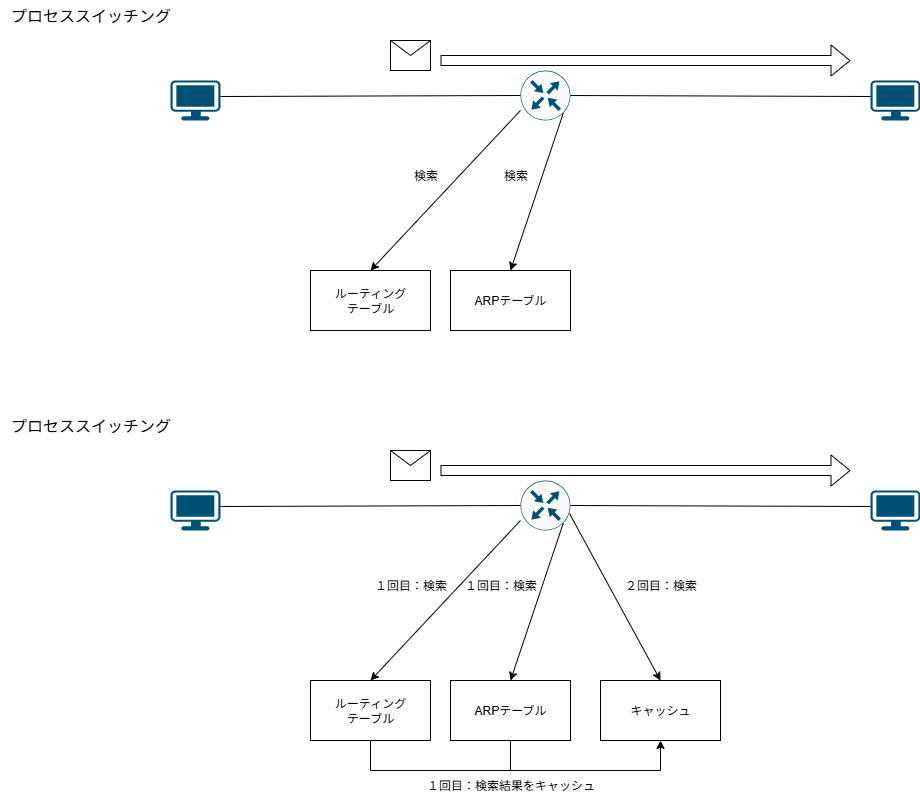
Above: static/img/cisco_switching_path/process_switching_and_fast_switching.png in masaru-study/verify-note (draw.io), before the change. Source tidied: cells renumbered, new cells last; positions are measured from the earlier drawing's top-left corner, leaving out a move shared by most shapes. The source it was exported from:
```xml
<mxGraphModel>
  <root>
    <mxCell id="0" />
    <mxCell id="1" parent="0" />
    <mxCell id="2" style="sketch=0;points=[[0.5,0,0],[1,0.5,0],[0.5,1,0],[0,0.5,0],[0.145,0.145,0],[0.8555,0.145,0],[0.855,0.8555,0],[0.145,0.855,0]];verticalLabelPosition=bottom;html=1;verticalAlign=top;align=center;shape=mxgraph.cisco19.rect;prIcon=router;fillColor=#FAFAFA;strokeColor=#005073;" parent="1" vertex="1">
      <mxGeometry x="520" y="70" width="50" height="50" as="geometry" />
    </mxCell>
    <mxCell id="3" style="points=[[0.03,0.03,0],[0.5,0,0],[0.97,0.03,0],[1,0.4,0],[0.97,0.745,0],[0.5,1,0],[0.03,0.745,0],[0,0.4,0]];verticalLabelPosition=bottom;sketch=0;html=1;verticalAlign=top;align=center;shape=mxgraph.cisco19.workstation;fillColor=#005073;strokeColor=none;" parent="1" vertex="1">
      <mxGeometry x="170" y="80" width="50" height="40" as="geometry" />
    </mxCell>
    <mxCell id="4" style="points=[[0.03,0.03,0],[0.5,0,0],[0.97,0.03,0],[1,0.4,0],[0.97,0.745,0],[0.5,1,0],[0.03,0.745,0],[0,0.4,0]];verticalLabelPosition=bottom;sketch=0;html=1;verticalAlign=top;align=center;shape=mxgraph.cisco19.workstation;fillColor=#005073;strokeColor=none;" parent="1" vertex="1">
      <mxGeometry x="870" y="80" width="50" height="40" as="geometry" />
    </mxCell>
    <mxCell id="5" style="endArrow=none;html=1;rounded=0;exitX=1;exitY=0.4;exitDx=0;exitDy=0;exitPerimeter=0;entryX=0;entryY=0.5;entryDx=0;entryDy=0;entryPerimeter=0;" parent="1" edge="1" source="3" target="2">
      <mxGeometry relative="1" as="geometry" />
    </mxCell>
    <mxCell id="6" style="endArrow=none;html=1;rounded=0;exitX=1;exitY=0.5;exitDx=0;exitDy=0;exitPerimeter=0;entryX=0;entryY=0.4;entryDx=0;entryDy=0;entryPerimeter=0;" parent="1" edge="1" source="2" target="4">
      <mxGeometry relative="1" as="geometry" />
    </mxCell>
    <mxCell id="7" value="プロセススイッチング" style="text;html=1;align=center;verticalAlign=middle;strokeColor=none;fillColor=none;fontSize=16;" parent="1" vertex="1">
      <mxGeometry width="180" height="30" as="geometry" />
    </mxCell>
    <mxCell id="8" style="shape=message;html=1;html=1;labelPosition=center;verticalLabelPosition=bottom;align=center;verticalAlign=top;" parent="1" vertex="1">
      <mxGeometry x="390" y="40" width="40" height="30" as="geometry" />
    </mxCell>
    <mxCell id="9" style="shape=flexArrow;endArrow=classic;html=1;rounded=0;" parent="1" edge="1">
      <mxGeometry relative="1" as="geometry">
        <mxPoint x="440" y="60" as="sourcePoint" />
        <mxPoint x="850" y="60" as="targetPoint" />
      </mxGeometry>
    </mxCell>
    <mxCell id="10" value="ルーティング&lt;div&gt;テーブル&lt;/div&gt;" style="rounded=0;whiteSpace=wrap;html=1;" parent="1" vertex="1">
      <mxGeometry x="310" y="270" width="120" height="60" as="geometry" />
    </mxCell>
    <mxCell id="11" value="ARPテーブル" style="rounded=0;whiteSpace=wrap;html=1;" parent="1" vertex="1">
      <mxGeometry x="450" y="270" width="120" height="60" as="geometry" />
    </mxCell>
    <mxCell id="12" style="endArrow=none;html=1;rounded=0;exitX=0.5;exitY=0;exitDx=0;exitDy=0;startArrow=classic;startFill=1;" parent="1" edge="1" source="10">
      <mxGeometry relative="1" as="geometry">
        <mxPoint x="520" y="110" as="targetPoint" />
      </mxGeometry>
    </mxCell>
    <mxCell id="13" style="endArrow=none;html=1;rounded=0;entryX=0.855;entryY=0.8555;entryDx=0;entryDy=0;entryPerimeter=0;exitX=0.5;exitY=0;exitDx=0;exitDy=0;startArrow=classic;startFill=1;" parent="1" edge="1" source="11" target="2">
      <mxGeometry relative="1" as="geometry" />
    </mxCell>
    <mxCell id="14" value="検索" style="text;html=1;align=center;verticalAlign=middle;strokeColor=none;fillColor=none;" parent="1" vertex="1">
      <mxGeometry x="400" y="160" width="50" height="30" as="geometry" />
    </mxCell>
    <mxCell id="15" value="検索" style="text;html=1;align=center;verticalAlign=middle;strokeColor=none;fillColor=none;" parent="1" vertex="1">
      <mxGeometry x="490" y="160" width="50" height="30" as="geometry" />
    </mxCell>
    <mxCell id="16" style="sketch=0;points=[[0.5,0,0],[1,0.5,0],[0.5,1,0],[0,0.5,0],[0.145,0.145,0],[0.8555,0.145,0],[0.855,0.8555,0],[0.145,0.855,0]];verticalLabelPosition=bottom;html=1;verticalAlign=top;align=center;shape=mxgraph.cisco19.rect;prIcon=router;fillColor=#FAFAFA;strokeColor=#005073;" parent="1" vertex="1">
      <mxGeometry x="520" y="480" width="50" height="50" as="geometry" />
    </mxCell>
    <mxCell id="17" style="points=[[0.03,0.03,0],[0.5,0,0],[0.97,0.03,0],[1,0.4,0],[0.97,0.745,0],[0.5,1,0],[0.03,0.745,0],[0,0.4,0]];verticalLabelPosition=bottom;sketch=0;html=1;verticalAlign=top;align=center;shape=mxgraph.cisco19.workstation;fillColor=#005073;strokeColor=none;" parent="1" vertex="1">
      <mxGeometry x="170" y="490" width="50" height="40" as="geometry" />
    </mxCell>
    <mxCell id="18" style="points=[[0.03,0.03,0],[0.5,0,0],[0.97,0.03,0],[1,0.4,0],[0.97,0.745,0],[0.5,1,0],[0.03,0.745,0],[0,0.4,0]];verticalLabelPosition=bottom;sketch=0;html=1;verticalAlign=top;align=center;shape=mxgraph.cisco19.workstation;fillColor=#005073;strokeColor=none;" parent="1" vertex="1">
      <mxGeometry x="870" y="490" width="50" height="40" as="geometry" />
    </mxCell>
    <mxCell id="19" style="endArrow=none;html=1;rounded=0;exitX=1;exitY=0.4;exitDx=0;exitDy=0;exitPerimeter=0;entryX=0;entryY=0.5;entryDx=0;entryDy=0;entryPerimeter=0;" parent="1" edge="1" source="17" target="16">
      <mxGeometry relative="1" as="geometry" />
    </mxCell>
    <mxCell id="20" style="endArrow=none;html=1;rounded=0;exitX=1;exitY=0.5;exitDx=0;exitDy=0;exitPerimeter=0;entryX=0;entryY=0.4;entryDx=0;entryDy=0;entryPerimeter=0;" parent="1" edge="1" source="16" target="18">
      <mxGeometry relative="1" as="geometry" />
    </mxCell>
    <mxCell id="21" value="プロセススイッチング" style="text;html=1;align=center;verticalAlign=middle;strokeColor=none;fillColor=none;fontSize=16;" parent="1" vertex="1">
      <mxGeometry y="410" width="180" height="30" as="geometry" />
    </mxCell>
    <mxCell id="22" style="shape=message;html=1;html=1;labelPosition=center;verticalLabelPosition=bottom;align=center;verticalAlign=top;" parent="1" vertex="1">
      <mxGeometry x="390" y="450" width="40" height="30" as="geometry" />
    </mxCell>
    <mxCell id="23" style="shape=flexArrow;endArrow=classic;html=1;rounded=0;" parent="1" edge="1">
      <mxGeometry relative="1" as="geometry">
        <mxPoint x="440" y="470" as="sourcePoint" />
        <mxPoint x="850" y="470" as="targetPoint" />
      </mxGeometry>
    </mxCell>
    <mxCell id="24" value="ルーティング&lt;div&gt;テーブル&lt;/div&gt;" style="rounded=0;whiteSpace=wrap;html=1;" parent="1" vertex="1">
      <mxGeometry x="310" y="680" width="120" height="60" as="geometry" />
    </mxCell>
    <mxCell id="25" value="ARPテーブル" style="rounded=0;whiteSpace=wrap;html=1;" parent="1" vertex="1">
      <mxGeometry x="450" y="680" width="120" height="60" as="geometry" />
    </mxCell>
    <mxCell id="26" style="endArrow=none;html=1;rounded=0;exitX=0.5;exitY=0;exitDx=0;exitDy=0;startArrow=classic;startFill=1;" parent="1" edge="1" source="24">
      <mxGeometry relative="1" as="geometry">
        <mxPoint x="520" y="520" as="targetPoint" />
      </mxGeometry>
    </mxCell>
    <mxCell id="27" style="endArrow=none;html=1;rounded=0;entryX=0.855;entryY=0.8555;entryDx=0;entryDy=0;entryPerimeter=0;exitX=0.5;exitY=0;exitDx=0;exitDy=0;startArrow=classic;startFill=1;" parent="1" edge="1" source="25" target="16">
      <mxGeometry relative="1" as="geometry" />
    </mxCell>
    <mxCell id="28" value="１回目：検索" style="text;html=1;align=center;verticalAlign=middle;strokeColor=none;fillColor=none;" parent="1" vertex="1">
      <mxGeometry x="360" y="570" width="100" height="30" as="geometry" />
    </mxCell>
    <mxCell id="29" value="１回目：検索" style="text;html=1;align=center;verticalAlign=middle;strokeColor=none;fillColor=none;" parent="1" vertex="1">
      <mxGeometry x="450" y="570" width="100" height="30" as="geometry" />
    </mxCell>
    <mxCell id="30" style="endArrow=none;html=1;rounded=0;entryX=0.5;entryY=1;entryDx=0;entryDy=0;edgeStyle=orthogonalEdgeStyle;exitX=0.5;exitY=1;exitDx=0;exitDy=0;exitPerimeter=0;startArrow=classic;startFill=1;" parent="1" edge="1" source="31" target="24">
      <mxGeometry relative="1" as="geometry">
        <Array as="points">
          <mxPoint x="660" y="770" />
          <mxPoint x="370" y="770" />
        </Array>
      </mxGeometry>
    </mxCell>
    <mxCell id="31" value="キャッシュ" style="rounded=0;whiteSpace=wrap;html=1;" parent="1" vertex="1">
      <mxGeometry x="600" y="680" width="120" height="60" as="geometry" />
    </mxCell>
    <mxCell id="32" style="endArrow=none;html=1;rounded=0;exitX=0.5;exitY=1;exitDx=0;exitDy=0;" parent="1" edge="1" source="25">
      <mxGeometry relative="1" as="geometry">
        <mxPoint x="510" y="770" as="targetPoint" />
      </mxGeometry>
    </mxCell>
    <mxCell id="33" style="endArrow=none;html=1;rounded=0;entryX=0.98;entryY=0.66;entryDx=0;entryDy=0;entryPerimeter=0;exitX=0.5;exitY=0;exitDx=0;exitDy=0;startArrow=classic;startFill=1;" parent="1" edge="1" source="31" target="16">
      <mxGeometry relative="1" as="geometry" />
    </mxCell>
    <mxCell id="34" value="２回目：検索" style="text;html=1;align=center;verticalAlign=middle;strokeColor=none;fillColor=none;" parent="1" vertex="1">
      <mxGeometry x="610" y="570" width="100" height="30" as="geometry" />
    </mxCell>
    <mxCell id="35" value="１回目：検索結果をキャッシュ" style="text;html=1;align=center;verticalAlign=middle;strokeColor=none;fillColor=none;" parent="1" vertex="1">
      <mxGeometry x="415" y="770" width="190" height="30" as="geometry" />
    </mxCell>
  </root>
</mxGraphModel>
```
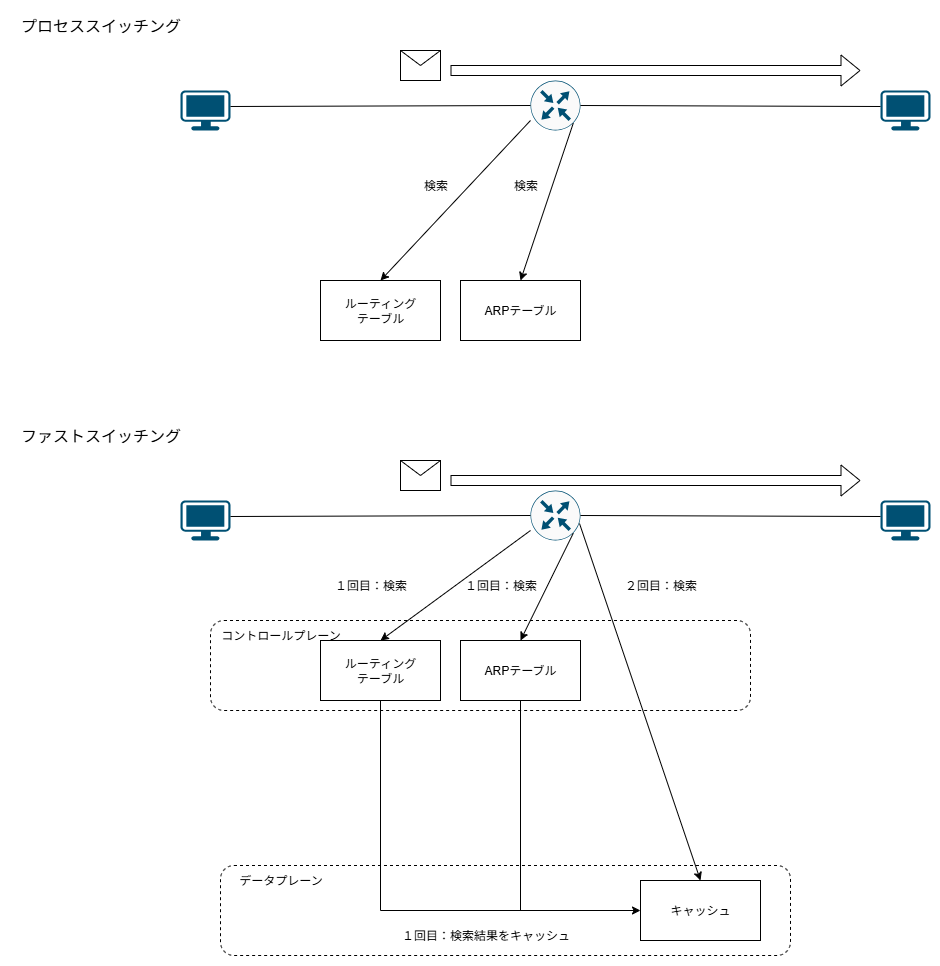
Above is the later version.

Commit message:
Ciscoスイッチングについての記事修正

Change to the diagram source:
```diff
@@ -64,7 +64,7 @@
     <mxCell id="20" style="endArrow=none;html=1;rounded=0;exitX=1;exitY=0.5;exitDx=0;exitDy=0;exitPerimeter=0;entryX=0;entryY=0.4;entryDx=0;entryDy=0;entryPerimeter=0;" parent="1" edge="1" source="16" target="18">
       <mxGeometry relative="1" as="geometry" />
     </mxCell>
-    <mxCell id="21" value="プロセススイッチング" style="text;html=1;align=center;verticalAlign=middle;strokeColor=none;fillColor=none;fontSize=16;" parent="1" vertex="1">
+    <mxCell id="21" value="ファストスイッチング" style="text;html=1;align=center;verticalAlign=middle;strokeColor=none;fillColor=none;fontSize=16;" parent="1" vertex="1">
       <mxGeometry y="410" width="180" height="30" as="geometry" />
     </mxCell>
     <mxCell id="22" style="shape=message;html=1;html=1;labelPosition=center;verticalLabelPosition=bottom;align=center;verticalAlign=top;" parent="1" vertex="1">
@@ -77,10 +77,10 @@
       </mxGeometry>
     </mxCell>
     <mxCell id="24" value="ルーティング&lt;div&gt;テーブル&lt;/div&gt;" style="rounded=0;whiteSpace=wrap;html=1;" parent="1" vertex="1">
-      <mxGeometry x="310" y="680" width="120" height="60" as="geometry" />
+      <mxGeometry x="310" y="630" width="120" height="60" as="geometry" />
     </mxCell>
     <mxCell id="25" value="ARPテーブル" style="rounded=0;whiteSpace=wrap;html=1;" parent="1" vertex="1">
-      <mxGeometry x="450" y="680" width="120" height="60" as="geometry" />
+      <mxGeometry x="450" y="630" width="120" height="60" as="geometry" />
     </mxCell>
     <mxCell id="26" style="endArrow=none;html=1;rounded=0;exitX=0.5;exitY=0;exitDx=0;exitDy=0;startArrow=classic;startFill=1;" parent="1" edge="1" source="24">
       <mxGeometry relative="1" as="geometry">
@@ -91,35 +91,46 @@
       <mxGeometry relative="1" as="geometry" />
     </mxCell>
     <mxCell id="28" value="１回目：検索" style="text;html=1;align=center;verticalAlign=middle;strokeColor=none;fillColor=none;" parent="1" vertex="1">
-      <mxGeometry x="360" y="570" width="100" height="30" as="geometry" />
+      <mxGeometry x="310" y="560" width="100" height="30" as="geometry" />
     </mxCell>
     <mxCell id="29" value="１回目：検索" style="text;html=1;align=center;verticalAlign=middle;strokeColor=none;fillColor=none;" parent="1" vertex="1">
-      <mxGeometry x="450" y="570" width="100" height="30" as="geometry" />
+      <mxGeometry x="440" y="560" width="100" height="30" as="geometry" />
     </mxCell>
-    <mxCell id="30" style="endArrow=none;html=1;rounded=0;entryX=0.5;entryY=1;entryDx=0;entryDy=0;edgeStyle=orthogonalEdgeStyle;exitX=0.5;exitY=1;exitDx=0;exitDy=0;exitPerimeter=0;startArrow=classic;startFill=1;" parent="1" edge="1" source="31" target="24">
+    <mxCell id="30" style="endArrow=none;html=1;rounded=0;entryX=0.5;entryY=1;entryDx=0;entryDy=0;edgeStyle=orthogonalEdgeStyle;exitX=0;exitY=0.5;exitDx=0;exitDy=0;startArrow=classic;startFill=1;" parent="1" edge="1" source="31" target="24">
       <mxGeometry relative="1" as="geometry">
         <Array as="points">
-          <mxPoint x="660" y="770" />
-          <mxPoint x="370" y="770" />
+          <mxPoint x="370" y="900" />
         </Array>
       </mxGeometry>
     </mxCell>
     <mxCell id="31" value="キャッシュ" style="rounded=0;whiteSpace=wrap;html=1;" parent="1" vertex="1">
-      <mxGeometry x="600" y="680" width="120" height="60" as="geometry" />
+      <mxGeometry x="630" y="870" width="120" height="60" as="geometry" />
     </mxCell>
     <mxCell id="32" style="endArrow=none;html=1;rounded=0;exitX=0.5;exitY=1;exitDx=0;exitDy=0;" parent="1" edge="1" source="25">
       <mxGeometry relative="1" as="geometry">
-        <mxPoint x="510" y="770" as="targetPoint" />
+        <mxPoint x="510" y="900" as="targetPoint" />
       </mxGeometry>
     </mxCell>
     <mxCell id="33" style="endArrow=none;html=1;rounded=0;entryX=0.98;entryY=0.66;entryDx=0;entryDy=0;entryPerimeter=0;exitX=0.5;exitY=0;exitDx=0;exitDy=0;startArrow=classic;startFill=1;" parent="1" edge="1" source="31" target="16">
       <mxGeometry relative="1" as="geometry" />
     </mxCell>
     <mxCell id="34" value="２回目：検索" style="text;html=1;align=center;verticalAlign=middle;strokeColor=none;fillColor=none;" parent="1" vertex="1">
-      <mxGeometry x="610" y="570" width="100" height="30" as="geometry" />
+      <mxGeometry x="600" y="560" width="100" height="30" as="geometry" />
     </mxCell>
     <mxCell id="35" value="１回目：検索結果をキャッシュ" style="text;html=1;align=center;verticalAlign=middle;strokeColor=none;fillColor=none;" parent="1" vertex="1">
-      <mxGeometry x="415" y="770" width="190" height="30" as="geometry" />
+      <mxGeometry x="380" y="910" width="190" height="30" as="geometry" />
     </mxCell>
+    <mxCell id="36" style="rounded=1;whiteSpace=wrap;html=1;dashed=1;fillColor=none;" parent="1" vertex="1">
+      <mxGeometry x="200" y="610" width="540" height="90" as="geometry" />
+    </mxCell>
+    <mxCell id="37" style="rounded=1;whiteSpace=wrap;html=1;dashed=1;fillColor=none;" parent="1" vertex="1">
+      <mxGeometry x="210" y="855" width="570" height="90" as="geometry" />
+    </mxCell>
+    <mxCell id="38" value="コントロールプレーン" style="text;html=1;align=center;verticalAlign=middle;strokeColor=none;fillColor=none;" parent="1" vertex="1">
+      <mxGeometry x="200" y="610" width="140" height="30" as="geometry" />
+    </mxCell>
+    <mxCell id="39" value="データプレーン" style="text;html=1;align=center;verticalAlign=middle;strokeColor=none;fillColor=none;" parent="1" vertex="1">
+      <mxGeometry x="215" y="855" width="110" height="30" as="geometry" />
+    </mxCell>
   </root>
 </mxGraphModel>
```
